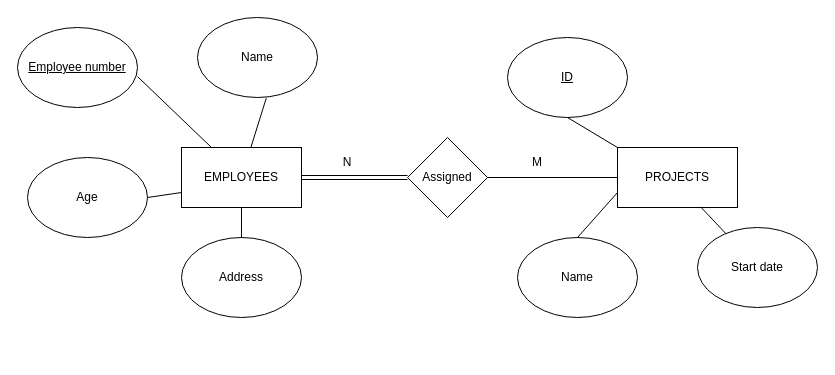
Above: ex1.drawio in Sonhoangvo/csdl (draw.io), before the change. Source tidied: cells renumbered, new cells numbered last; positions are measured from the earlier drawing's top-left corner, leaving out a move shared by most shapes. Both pictures are drawn from the tidied source at 100%, with x=0, y=0 at pixel (17, 17).
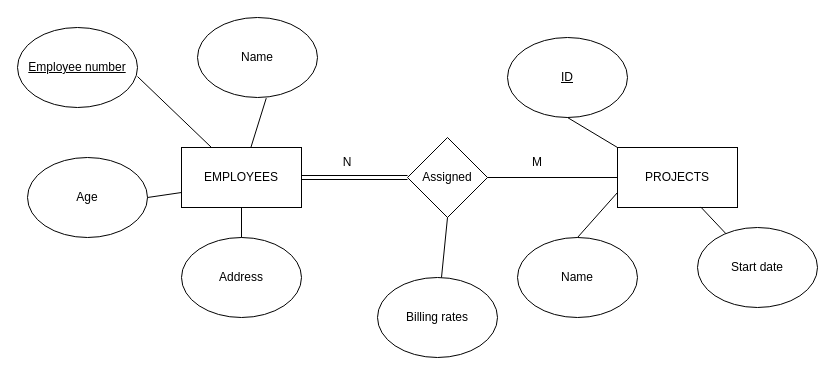
Above is the later version.

The change refers to these unchanged cells:
```xml
<mxCell id="18" value="Assigned" style="rhombus;whiteSpace=wrap;html=1;" parent="1" vertex="1">
  <mxGeometry x="390" y="120" width="80" height="80" as="geometry" />
</mxCell>
```

What changed in the source:
```diff
@@
+    <mxCell id="23" value="Billing rates" style="ellipse;whiteSpace=wrap;html=1;" parent="1" vertex="1">
+      <mxGeometry x="360" y="260" width="120" height="80" as="geometry" />
+    </mxCell>
+    <mxCell id="24" style="endArrow=none;html=1;rounded=0;entryX=0.5;entryY=1;entryDx=0;entryDy=0;" parent="1" edge="1" source="23" target="18">
+      <mxGeometry relative="1" as="geometry" />
+    </mxCell>
```
